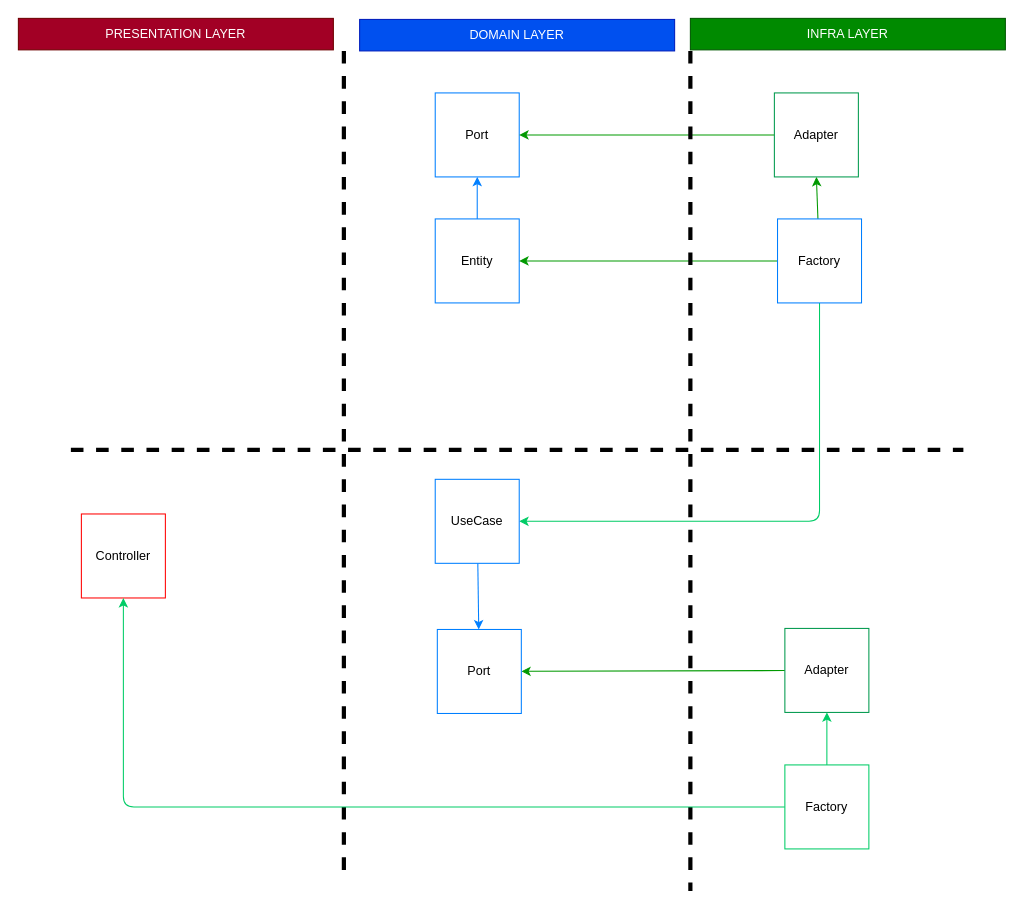
devmaykinho/payslip-svc keeps this draw.io diagram as design-architecture.drawio. Above is the earlier version. Source tidied: cells renumbered, new cells numbered last; positions are measured from the earlier drawing's top-left corner, leaving out a move shared by most shapes. Both pictures are drawn from the tidied source at 105%, with x=0, y=0 at pixel (18, 18).
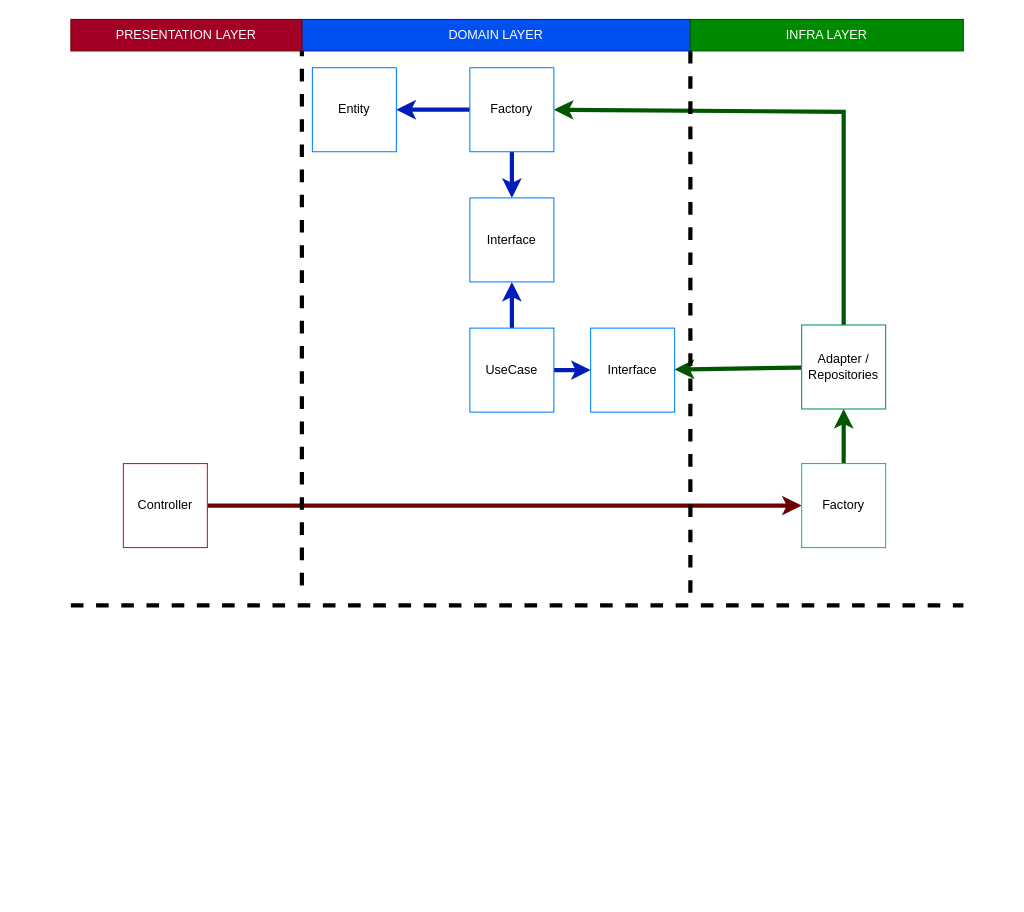
The same diagram, later.

Commit message (it also covers changes not shown here):
chore: atualizando mapa de arquitetura

Change to the diagram source:
```diff
@@
-    <mxCell id="2" style="edgeStyle=none;html=1;entryX=0.5;entryY=1;entryDx=0;entryDy=0;strokeColor=#007FFF;" parent="1" edge="1" source="3" target="8">
-      <mxGeometry relative="1" as="geometry" />
-    </mxCell>
-    <mxCell id="3" value="Entity" style="whiteSpace=wrap;html=1;strokeColor=#007FFF;" parent="1" vertex="1">
-      <mxGeometry x="397" y="191" width="80" height="80" as="geometry" />
+    <mxCell id="3" value="Entity" style="whiteSpace=wrap;html=1;strokeColor=#007FFF;rounded=0;" parent="1" vertex="1">
+      <mxGeometry x="280" y="47" width="80" height="80" as="geometry" />
     </mxCell>
-    <mxCell id="4" style="edgeStyle=none;html=1;entryX=1;entryY=0.5;entryDx=0;entryDy=0;strokeColor=#009900;strokeWidth=1;" parent="1" edge="1" source="7" target="3">
-      <mxGeometry relative="1" as="geometry" />
-    </mxCell>
-    <mxCell id="5" style="edgeStyle=none;html=1;strokeColor=#009900;strokeWidth=1;entryX=0.5;entryY=1;entryDx=0;entryDy=0;" parent="1" edge="1" source="7" target="10">
-      <mxGeometry relative="1" as="geometry" />
+    <mxCell id="5" style="edgeStyle=none;html=1;strokeColor=#009900;strokeWidth=1;entryX=0.5;entryY=1;entryDx=0;entryDy=0;rounded=0;" parent="1" edge="1">
+      <mxGeometry relative="1" as="geometry">
+        <mxPoint x="760" y="151" as="targetPoint" />
+      </mxGeometry>
     </mxCell>
-    <mxCell id="6" style="edgeStyle=none;html=1;entryX=1;entryY=0.5;entryDx=0;entryDy=0;strokeColor=#00CC66;strokeWidth=1;" parent="1" edge="1" source="7" target="12">
-      <mxGeometry relative="1" as="geometry">
-        <Array as="points">
-          <mxPoint x="763" y="479" />
-        </Array>
-      </mxGeometry>
-    </mxCell>
-    <mxCell id="7" value="Factory" style="whiteSpace=wrap;html=1;strokeColor=#007FFF;" parent="1" vertex="1">
-      <mxGeometry x="723" y="191" width="80" height="80" as="geometry" />
-    </mxCell>
-    <mxCell id="8" value="Port" style="whiteSpace=wrap;html=1;strokeColor=#007FFF;" parent="1" vertex="1">
-      <mxGeometry x="397" y="71" width="80" height="80" as="geometry" />
-    </mxCell>
-    <mxCell id="9" style="edgeStyle=none;html=1;strokeColor=#009900;" parent="1" edge="1" source="10" target="8">
-      <mxGeometry relative="1" as="geometry" />
+    <mxCell id="9" style="edgeStyle=none;html=1;strokeColor=#009900;rounded=0;" parent="1" edge="1">
+      <mxGeometry relative="1" as="geometry">
+        <mxPoint x="720" y="111" as="sourcePoint" />
+      </mxGeometry>
     </mxCell>
-    <mxCell id="10" value="Adapter" style="whiteSpace=wrap;html=1;strokeColor=#00994D;" parent="1" vertex="1">
-      <mxGeometry x="720" y="71" width="80" height="80" as="geometry" />
-    </mxCell>
-    <mxCell id="11" style="edgeStyle=none;html=1;strokeColor=#007FFF;" parent="1" edge="1" source="12" target="16">
+    <mxCell id="11" style="edgeStyle=none;html=1;strokeColor=#001DBC;fillColor=#0050ef;strokeWidth=4;rounded=0;" parent="1" edge="1" source="12" target="16">
       <mxGeometry relative="1" as="geometry" />
     </mxCell>
+    <mxCell id="26" style="edgeStyle=none;html=1;entryX=0.5;entryY=1;entryDx=0;entryDy=0;fillColor=#0050ef;strokeColor=#001DBC;strokeWidth=4;rounded=0;" parent="1" edge="1" source="12" target="30">
+      <mxGeometry relative="1" as="geometry" />
+    </mxCell>
-    <mxCell id="12" value="UseCase" style="whiteSpace=wrap;html=1;strokeColor=#007FFF;" parent="1" vertex="1">
-      <mxGeometry x="397" y="439" width="80" height="80" as="geometry" />
+    <mxCell id="12" value="UseCase" style="whiteSpace=wrap;html=1;strokeColor=#007FFF;rounded=0;" parent="1" vertex="1">
+      <mxGeometry x="430" y="295" width="80" height="80" as="geometry" />
     </mxCell>
+    <mxCell id="27" style="edgeStyle=none;html=1;fillColor=#a20025;strokeColor=#6F0000;strokeWidth=4;rounded=0;" parent="1" edge="1" source="13" target="25">
+      <mxGeometry relative="1" as="geometry" />
+    </mxCell>
-    <mxCell id="13" value="Controller" style="whiteSpace=wrap;html=1;strokeColor=#FF0000;" parent="1" vertex="1">
-      <mxGeometry x="60" y="472" width="80" height="80" as="geometry" />
+    <mxCell id="13" value="Controller" style="whiteSpace=wrap;html=1;strokeColor=#FF0000;rounded=0;" parent="1" vertex="1">
+      <mxGeometry x="100" y="424" width="80" height="80" as="geometry" />
     </mxCell>
-    <mxCell id="14" style="edgeStyle=none;html=1;strokeColor=#009900;" parent="1" edge="1" source="15" target="16">
+    <mxCell id="14" style="edgeStyle=none;html=1;fillColor=#008a00;strokeColor=#005700;strokeWidth=4;rounded=0;" parent="1" edge="1" source="15" target="16">
       <mxGeometry relative="1" as="geometry" />
     </mxCell>
+    <mxCell id="28" style="edgeStyle=none;html=1;entryX=1;entryY=0.5;entryDx=0;entryDy=0;fillColor=#008a00;strokeColor=#005700;strokeWidth=4;rounded=0;" parent="1" edge="1" source="15" target="7">
+      <mxGeometry relative="1" as="geometry">
+        <Array as="points">
+          <mxPoint x="786" y="89" />
+        </Array>
+      </mxGeometry>
+    </mxCell>
-    <mxCell id="15" value="Adapter" style="whiteSpace=wrap;html=1;strokeColor=#00994D;" parent="1" vertex="1">
-      <mxGeometry x="730" y="581" width="80" height="80" as="geometry" />
+    <mxCell id="15" value="Adapter / Repositories" style="whiteSpace=wrap;html=1;strokeColor=#00994D;rounded=0;" parent="1" vertex="1">
+      <mxGeometry x="746" y="292" width="80" height="80" as="geometry" />
     </mxCell>
-    <mxCell id="16" value="Port" style="whiteSpace=wrap;html=1;strokeColor=#007FFF;" parent="1" vertex="1">
-      <mxGeometry x="399" y="582" width="80" height="80" as="geometry" />
+    <mxCell id="16" value="Interface" style="whiteSpace=wrap;html=1;strokeColor=#007FFF;rounded=0;" parent="1" vertex="1">
+      <mxGeometry x="545" y="295" width="80" height="80" as="geometry" />
     </mxCell>
-    <mxCell id="17" style="endArrow=none;dashed=1;html=1;strokeWidth=4;" parent="1" edge="1">
+    <mxCell id="17" style="endArrow=none;dashed=1;html=1;strokeWidth=4;rounded=0;" parent="1" edge="1">
       <mxGeometry relative="1" as="geometry">
-        <mxPoint x="50" y="411" as="sourcePoint" />
-        <mxPoint x="900" y="411" as="targetPoint" />
+        <mxPoint x="50" y="559" as="sourcePoint" />
+        <mxPoint x="900" y="559" as="targetPoint" />
       </mxGeometry>
     </mxCell>
-    <mxCell id="18" style="endArrow=none;dashed=1;html=1;strokeWidth=4;" parent="1" edge="1">
+    <mxCell id="18" style="endArrow=none;dashed=1;html=1;strokeWidth=4;rounded=0;" parent="1" edge="1">
       <mxGeometry relative="1" as="geometry">
-        <mxPoint x="310" y="31" as="sourcePoint" />
-        <mxPoint x="310" y="821" as="targetPoint" />
+        <mxPoint x="270" y="24" as="sourcePoint" />
+        <mxPoint x="270" y="551" as="targetPoint" />
       </mxGeometry>
     </mxCell>
-    <mxCell id="19" style="endArrow=none;dashed=1;html=1;strokeWidth=4;" parent="1" edge="1">
+    <mxCell id="19" style="endArrow=none;dashed=1;html=1;strokeWidth=4;rounded=0;" parent="1" edge="1">
       <mxGeometry relative="1" as="geometry">
         <mxPoint x="640" y="31" as="sourcePoint" />
-        <mxPoint x="640" y="831" as="targetPoint" />
+        <mxPoint x="640" y="551" as="targetPoint" />
       </mxGeometry>
     </mxCell>
     <mxCell id="20" value="DOMAIN LAYER" style="text;html=1;strokeColor=#001DBC;fillColor=#0050ef;align=center;verticalAlign=middle;whiteSpace=wrap;rounded=0;fontColor=#ffffff;" parent="1" vertex="1">
-      <mxGeometry x="325" y="1" width="300" height="30" as="geometry" />
+      <mxGeometry x="270" y="1" width="370" height="30" as="geometry" />
     </mxCell>
     <mxCell id="21" value="INFRA LAYER" style="text;html=1;strokeColor=#005700;fillColor=#008a00;align=center;verticalAlign=middle;whiteSpace=wrap;rounded=0;fontColor=#ffffff;" parent="1" vertex="1">
-      <mxGeometry x="640" width="300" height="30" as="geometry" />
+      <mxGeometry x="640" y="1" width="260" height="30" as="geometry" />
     </mxCell>
     <mxCell id="22" value="PRESENTATION LAYER" style="text;html=1;strokeColor=#6F0000;fillColor=#a20025;align=center;verticalAlign=middle;whiteSpace=wrap;rounded=0;fontColor=#ffffff;" parent="1" vertex="1">
-      <mxGeometry width="300" height="30" as="geometry" />
+      <mxGeometry x="50" y="1" width="220" height="30" as="geometry" />
     </mxCell>
-    <mxCell id="23" style="edgeStyle=none;html=1;entryX=0.5;entryY=1;entryDx=0;entryDy=0;strokeColor=#00CC66;strokeWidth=1;" parent="1" edge="1" source="25" target="15">
+    <mxCell id="23" style="edgeStyle=none;html=1;fillColor=#008a00;strokeColor=#005700;strokeWidth=4;rounded=0;" parent="1" edge="1" source="25" target="15">
       <mxGeometry relative="1" as="geometry" />
     </mxCell>
-    <mxCell id="24" style="edgeStyle=none;html=1;entryX=0.5;entryY=1;entryDx=0;entryDy=0;strokeColor=#00CC66;strokeWidth=1;" parent="1" edge="1" source="25" target="13">
-      <mxGeometry relative="1" as="geometry">
-        <Array as="points">
-          <mxPoint x="100" y="751" />
-        </Array>
-      </mxGeometry>
-    </mxCell>
-    <mxCell id="25" value="Factory" style="whiteSpace=wrap;html=1;strokeColor=#00CC66;" parent="1" vertex="1">
-      <mxGeometry x="730" y="711" width="80" height="80" as="geometry" />
+    <mxCell id="25" value="Factory" style="whiteSpace=wrap;html=1;strokeColor=#00CC66;rounded=0;" parent="1" vertex="1">
+      <mxGeometry x="746" y="424" width="80" height="80" as="geometry" />
     </mxCell>
+    <mxCell id="4" style="edgeStyle=none;html=1;fillColor=#0050ef;strokeColor=#001DBC;strokeWidth=4;rounded=0;" parent="1" edge="1" source="7" target="3">
+      <mxGeometry relative="1" as="geometry" />
+    </mxCell>
+    <mxCell id="29" style="edgeStyle=none;html=1;entryX=0.5;entryY=0;entryDx=0;entryDy=0;fillColor=#0050ef;strokeColor=#001DBC;strokeWidth=4;rounded=0;" parent="1" edge="1" source="7" target="30">
+      <mxGeometry relative="1" as="geometry" />
+    </mxCell>
+    <mxCell id="7" value="Factory" style="whiteSpace=wrap;html=1;strokeColor=#007FFF;rounded=0;" parent="1" vertex="1">
+      <mxGeometry x="430" y="47" width="80" height="80" as="geometry" />
+    </mxCell>
+    <mxCell id="30" value="Interface" style="whiteSpace=wrap;html=1;strokeColor=#007FFF;rounded=0;" parent="1" vertex="1">
+      <mxGeometry x="430" y="171" width="80" height="80" as="geometry" />
+    </mxCell>
```
